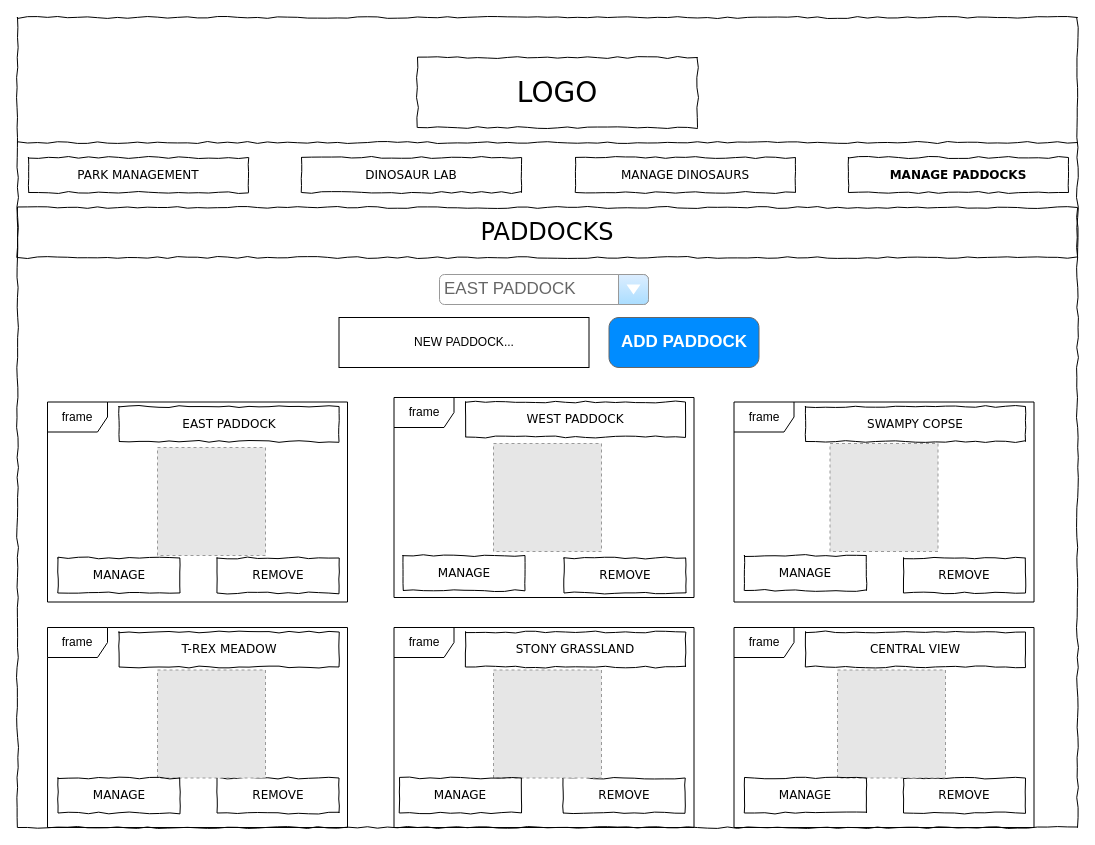
Above: page "MANAGE PADDOCKS" (4 of 5) of documents/jurassic_park_wireframe.drawio in joshua-gibson/jurassic_park_project (draw.io), before the change. Source tidied: cells renumbered, new cells numbered last; positions are measured from the earlier drawing's top-left corner, leaving out a move shared by most shapes. Both pictures are drawn from the tidied source at 100%, with x=0, y=0 at pixel (17, 17). Pictures stored in the file or linked from it are replaced by grey dashed boxes.
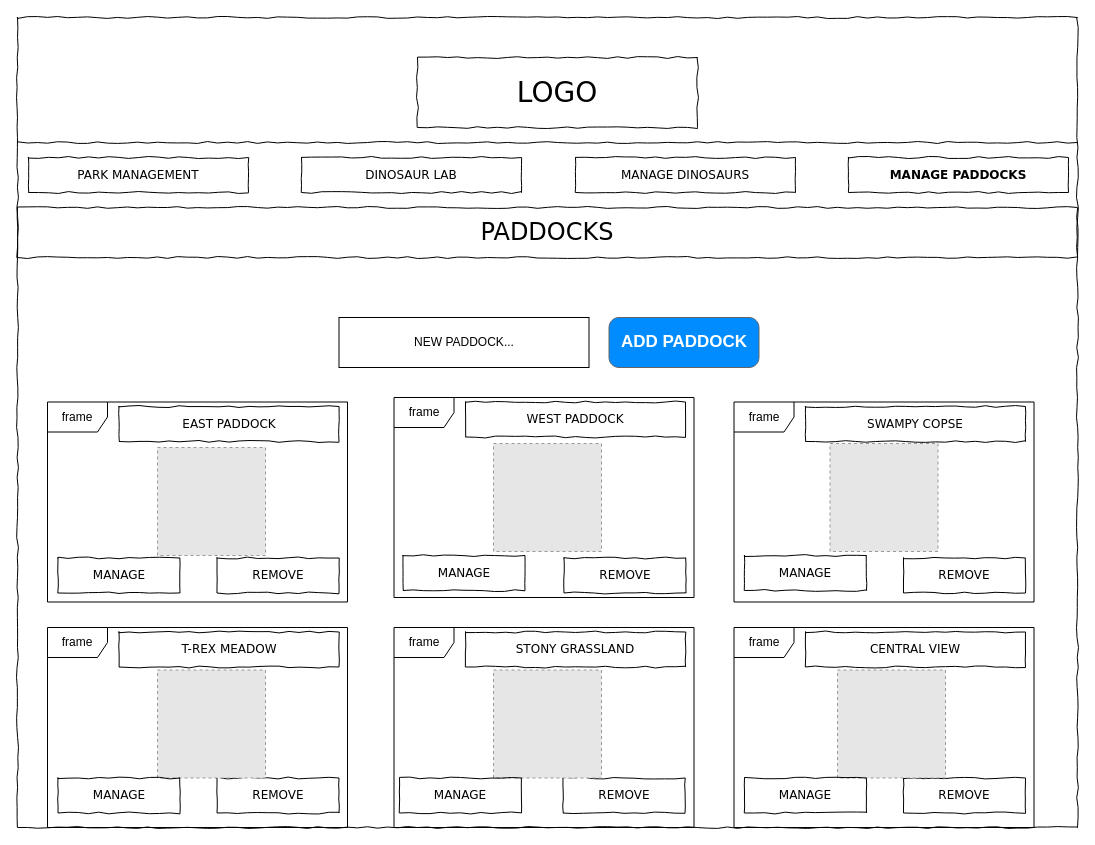
The same page after the edit.

The edit, as a diff of the source:
```diff
@@
-    <mxCell id="6" value="EAST PADDOCK" style="strokeWidth=1;shadow=0;dashed=0;align=center;html=1;shape=mxgraph.mockup.forms.comboBox;strokeColor=#999999;fillColor=#ddeeff;align=left;fillColor2=#aaddff;mainText=;fontColor=#666666;fontSize=17;spacingLeft=3;" parent="1" vertex="1">
-      <mxGeometry x="422" y="257" width="209" height="30" as="geometry" />
-    </mxCell>
```
